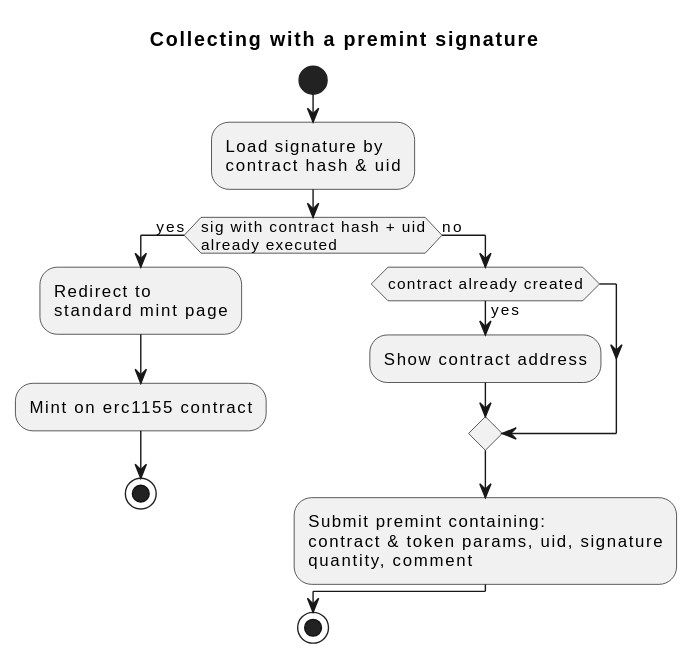
ourzora/zora-protocol keeps this PlantUML diagram as uml/generated/gasslessCreate-collecting-activity.svg. Above is the earlier version. The source it was exported from:
```plantuml
@startuml
title Collecting with a premint signature

start

:Load signature by\ncontract hash & uid;
if (sig with contract hash + uid\nalready executed) then (yes)
  :Redirect to\nstandard mint page;
  :Mint on erc1155 contract;
  stop
else (no)
  if (contract already created) then (yes)
    :Show contract address;
  endif
  :Submit premint containing:\ncontract & token params, uid, signature\nquantity, comment;
endif
stop
@enduml
```
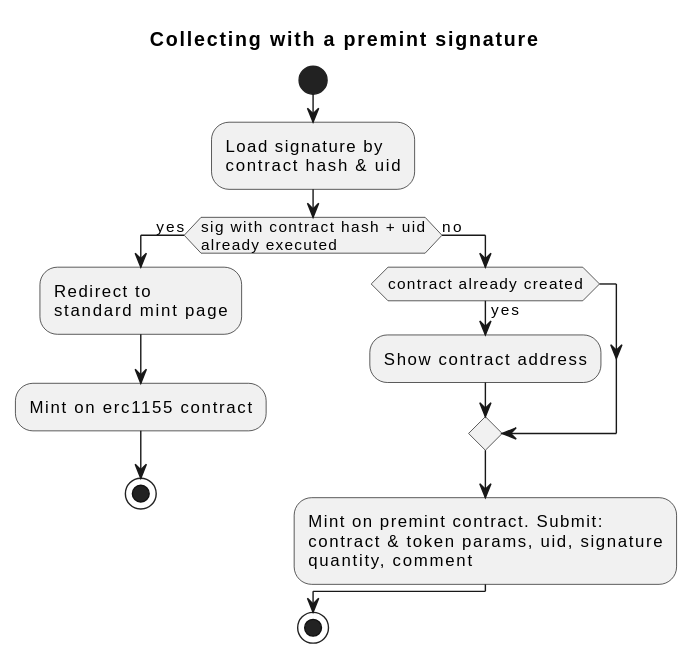
The same diagram one commit later.

Commit message:
slight update to activity diagram

Diff of the diagram source:
```diff
@@ -12,7 +12,7 @@
   if (contract already created) then (yes)
     :Show contract address;
   endif
-  :Submit premint containing:\ncontract & token params, uid, signature\nquantity, comment;
+  :Mint on premint contract. Submit:\ncontract & token params, uid, signature\nquantity, comment;
 endif
 stop
 @enduml
```
